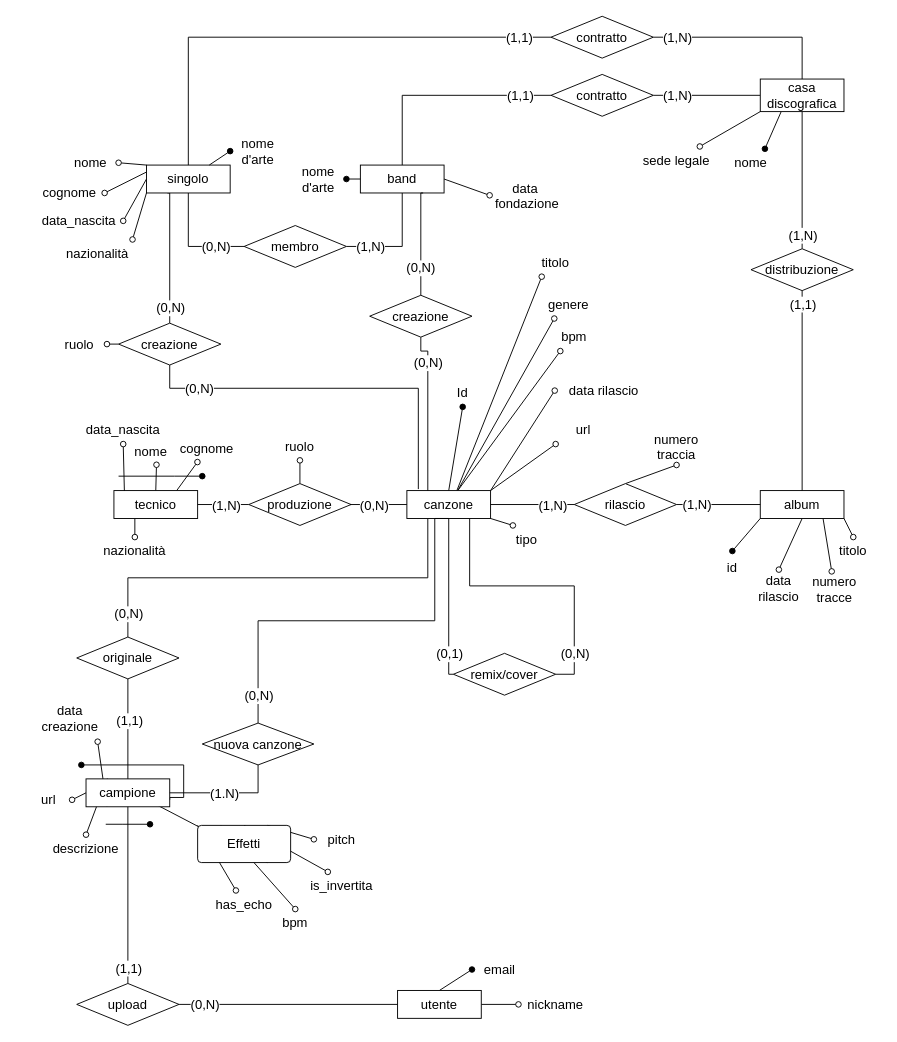
Above: diagramma logico.drawio in Stef4noo/materiale-progetto-basi (draw.io), before the change. Source tidied: cells renumbered, new cells numbered last; positions are measured from the earlier drawing's top-left corner, leaving out a move shared by most shapes. Both pictures are drawn from the tidied source at 93%, with x=0, y=0 at pixel (25, 16).
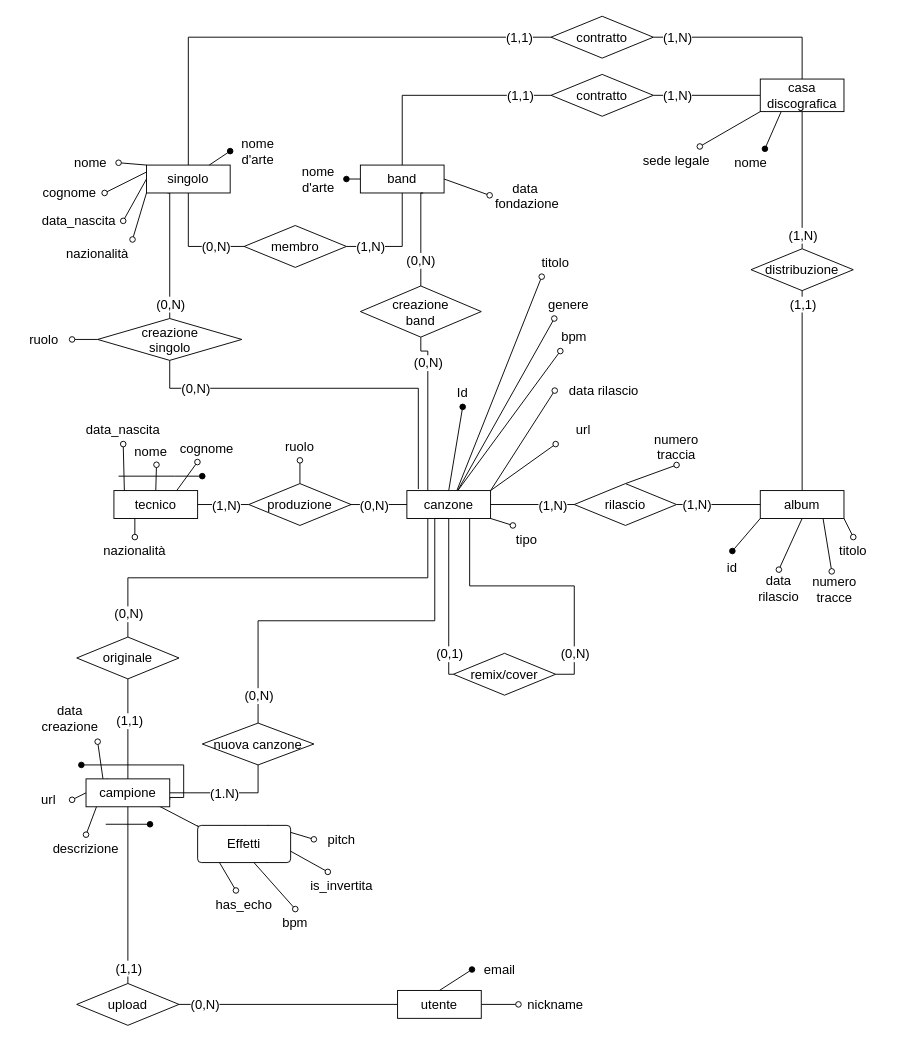
Above is the later version.

What changed in the source:
```diff
@@
-    <mxCell id="66" value="creazione" style="shape=rhombus;perimeter=rhombusPerimeter;whiteSpace=wrap;html=1;align=center;labelBackgroundColor=none;fontSize=14;" parent="1" vertex="1">
-      <mxGeometry x="100" y="330" width="110" height="45" as="geometry" />
+    <mxCell id="66" value="&lt;div&gt;creazione&lt;/div&gt;&lt;div&gt;singolo&lt;/div&gt;" style="shape=rhombus;perimeter=rhombusPerimeter;whiteSpace=wrap;html=1;align=center;labelBackgroundColor=none;fontSize=14;" parent="1" vertex="1">
+      <mxGeometry x="77.5" y="325" width="155" height="45" as="geometry" />
     </mxCell>
@@
     <mxCell id="114" value="ruolo" style="text;html=1;whiteSpace=wrap;strokeColor=none;fillColor=none;align=center;verticalAlign=middle;rounded=0;fontSize=14;" parent="1" vertex="1">
-      <mxGeometry x="27.5" y="337.5" width="60" height="30" as="geometry" />
+      <mxGeometry x="-10" y="332.5" width="60" height="30" as="geometry" />
     </mxCell>
@@
-    <mxCell id="144" value="creazione" style="shape=rhombus;perimeter=rhombusPerimeter;whiteSpace=wrap;html=1;align=center;labelBackgroundColor=none;fontSize=14;" parent="1" vertex="1">
-      <mxGeometry x="370" y="300" width="110" height="45" as="geometry" />
+    <mxCell id="144" value="&lt;div&gt;creazione&lt;/div&gt;band" style="shape=rhombus;perimeter=rhombusPerimeter;whiteSpace=wrap;html=1;align=center;labelBackgroundColor=none;fontSize=14;" parent="1" vertex="1">
+      <mxGeometry x="360" y="290" width="130" height="55" as="geometry" />
     </mxCell>
```
